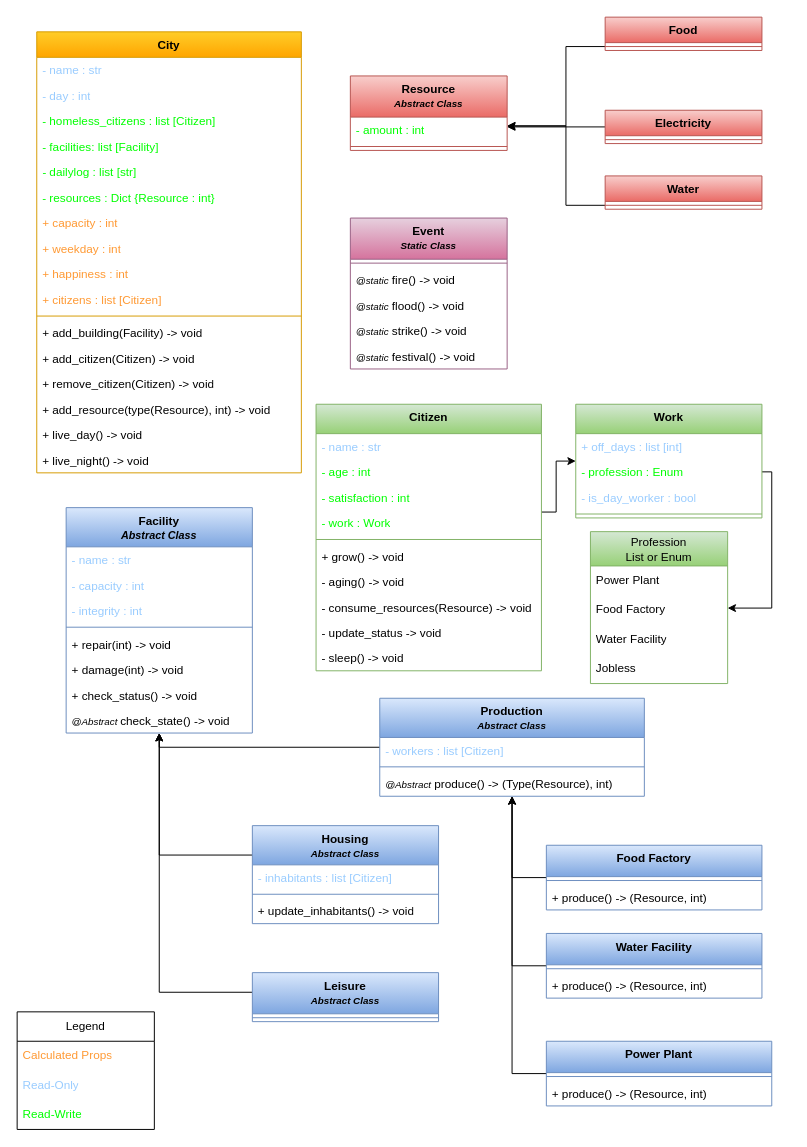
Earlier version of the draw.io diagram page "UML" (1 of 3) of documentation/CitySim_UML.drawio (elena-if3/Projet_POO_CitySim). Source tidied: cells renumbered, new cells numbered last; positions are measured from the earlier drawing's top-left corner, leaving out a move shared by most shapes. Both pictures are drawn from the tidied source at 98%, with x=0, y=0 at pixel (17, 17).
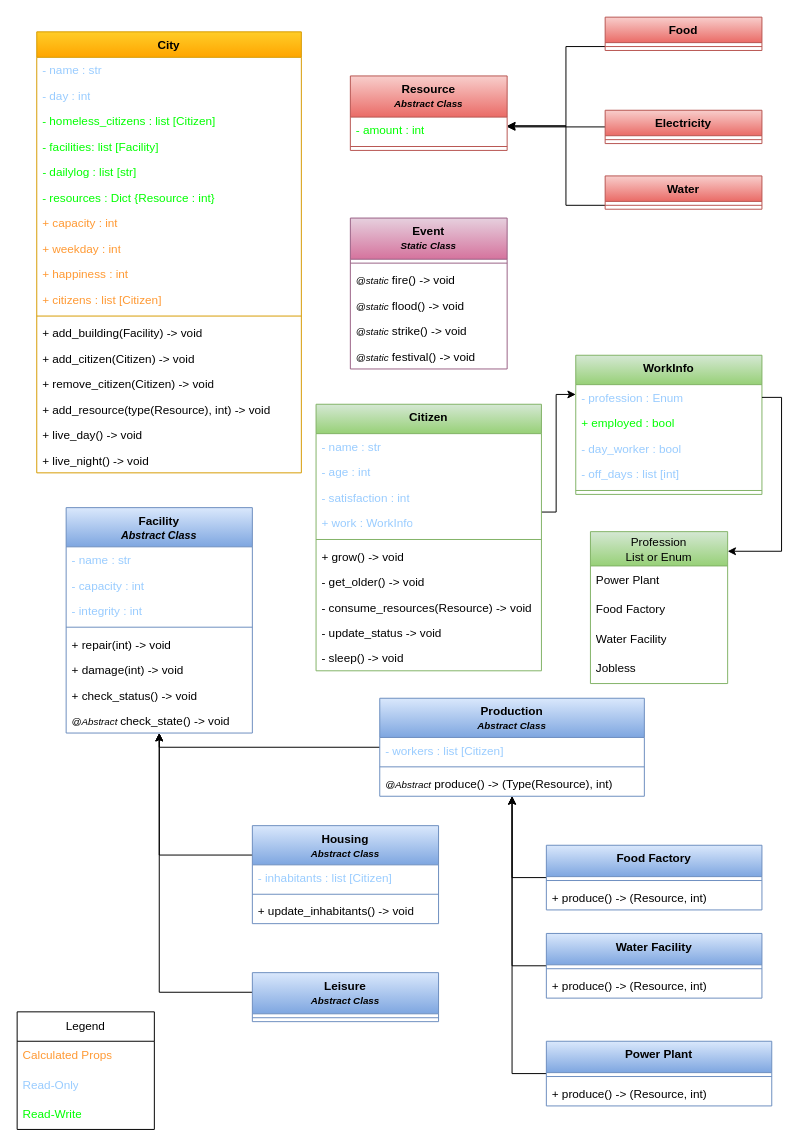
After the change.

The change refers to these unchanged cells:
```xml
<mxCell id="47" value="Citizen" style="swimlane;fontStyle=1;align=center;verticalAlign=top;horizontal=1;startSize=30;whiteSpace=wrap;html=1;fillColor=#d5e8d4;gradientColor=#97d077;strokeColor=#82b366;" parent="1" vertex="1">
  <mxGeometry x="305" y="395" width="230" height="272" as="geometry" />
</mxCell>
<mxCell id="82" value="&lt;div&gt;Profession&lt;/div&gt;&lt;div&gt;List or Enum&lt;/div&gt;" style="swimlane;fontStyle=0;horizontal=1;startSize=35;whiteSpace=wrap;html=1;fillColor=#d5e8d4;gradientColor=#97d077;strokeColor=#82b366;" parent="1" vertex="1">
  <mxGeometry x="585" y="525" width="140" height="155" as="geometry" />
</mxCell>
```

The edit, as a diff of the source:
```diff
@@
     <mxCell id="46" style="edgeStyle=orthogonalEdgeStyle;rounded=0;jettySize=auto;html=1;" parent="1" edge="1" source="47" target="94">
       <mxGeometry relative="1" as="geometry">
         <Array as="points">
           <mxPoint x="550" y="505" />
-          <mxPoint x="550" y="453" />
+          <mxPoint x="550" y="385" />
         </Array>
       </mxGeometry>
     </mxCell>
@@
-    <mxCell id="48" value="&lt;span style=&quot;&quot;&gt;- name : str&lt;/span&gt;" style="text;strokeColor=none;fillColor=none;align=left;verticalAlign=top;spacingLeft=4;spacingRight=4;overflow=hidden;whiteSpace=wrap;html=1;fontColor=light-dark(#99CCFF,#99CCFF);" parent="47" vertex="1">
+    <mxCell id="48" value="&lt;span style=&quot;&quot;&gt;- name : str&lt;/span&gt;" style="text;strokeColor=none;fillColor=none;align=left;verticalAlign=top;spacingLeft=4;spacingRight=4;overflow=hidden;whiteSpace=wrap;html=1;fontColor=light-dark(#99CCFF,#99CCFF);textShadow=0;" parent="47" vertex="1">
       <mxGeometry y="30" width="230" height="26" as="geometry" />
     </mxCell>
-    <mxCell id="49" value="- age : int" style="text;strokeColor=none;fillColor=none;align=left;verticalAlign=top;spacingLeft=4;spacingRight=4;overflow=hidden;whiteSpace=wrap;html=1;fontColor=light-dark(#00FF00,#00FF00);" parent="47" vertex="1">
+    <mxCell id="49" value="- age : int" style="text;strokeColor=none;fillColor=none;align=left;verticalAlign=top;spacingLeft=4;spacingRight=4;overflow=hidden;whiteSpace=wrap;html=1;fontColor=light-dark(#99CCFF,#99CCFF);" parent="47" vertex="1">
       <mxGeometry y="56" width="230" height="26" as="geometry" />
     </mxCell>
-    <mxCell id="50" value="- satisfaction : int" style="text;strokeColor=none;fillColor=none;align=left;verticalAlign=top;spacingLeft=4;spacingRight=4;overflow=hidden;whiteSpace=wrap;html=1;fontColor=light-dark(#00FF00,#00FF00);" parent="47" vertex="1">
+    <mxCell id="50" value="- satisfaction : int" style="text;strokeColor=none;fillColor=none;align=left;verticalAlign=top;spacingLeft=4;spacingRight=4;overflow=hidden;whiteSpace=wrap;html=1;fontColor=light-dark(#99CCFF,#99CCFF);" parent="47" vertex="1">
       <mxGeometry y="82" width="230" height="26" as="geometry" />
     </mxCell>
-    <mxCell id="51" value="- work : Work" style="text;strokeColor=none;fillColor=none;align=left;verticalAlign=top;spacingLeft=4;spacingRight=4;overflow=hidden;whiteSpace=wrap;html=1;fontColor=light-dark(#00FF00,#00FF00);" parent="47" vertex="1">
+    <mxCell id="51" value="+ work : WorkInfo" style="text;strokeColor=none;fillColor=none;align=left;verticalAlign=top;spacingLeft=4;spacingRight=4;overflow=hidden;whiteSpace=wrap;html=1;fontColor=light-dark(#99CCFF,#99CCFF);" parent="47" vertex="1">
       <mxGeometry y="108" width="230" height="26" as="geometry" />
     </mxCell>
@@
-    <mxCell id="54" value="- aging() -&amp;gt; void" style="text;strokeColor=none;fillColor=none;align=left;verticalAlign=top;spacingLeft=4;spacingRight=4;overflow=hidden;whiteSpace=wrap;html=1;" parent="47" vertex="1">
+    <mxCell id="54" value="- get_older() -&amp;gt; void" style="text;strokeColor=none;fillColor=none;align=left;verticalAlign=top;spacingLeft=4;spacingRight=4;overflow=hidden;whiteSpace=wrap;html=1;" parent="47" vertex="1">
       <mxGeometry y="168" width="230" height="26" as="geometry" />
     </mxCell>
@@
-    <mxCell id="87" style="edgeStyle=orthogonalEdgeStyle;rounded=0;jettySize=auto;html=1;" parent="1" edge="1" source="96" target="82">
-      <mxGeometry relative="1" as="geometry">
-        <Array as="points">
-          <mxPoint x="770" y="464" />
-          <mxPoint x="770" y="603" />
-        </Array>
-      </mxGeometry>
-    </mxCell>
@@
-    <mxCell id="94" value="Work" style="swimlane;fontStyle=1;align=center;verticalAlign=top;horizontal=1;startSize=30;whiteSpace=wrap;html=1;fillColor=#d5e8d4;gradientColor=#97d077;strokeColor=#82b366;" parent="1" vertex="1">
-      <mxGeometry x="570" y="395" width="190" height="116" as="geometry" />
+    <mxCell id="94" value="WorkInfo" style="swimlane;fontStyle=1;align=center;verticalAlign=top;horizontal=1;startSize=30;whiteSpace=wrap;html=1;fillColor=#d5e8d4;gradientColor=#97d077;strokeColor=#82b366;" parent="1" vertex="1">
+      <mxGeometry x="570" y="345" width="190" height="142" as="geometry" />
     </mxCell>
+    <mxCell id="96" value="- profession : Enum" style="text;strokeColor=none;fillColor=none;align=left;verticalAlign=top;spacingLeft=4;spacingRight=4;overflow=hidden;points=[[0,0.5],[1,0.5]];portConstraint=eastwest;whiteSpace=wrap;html=1;fontColor=light-dark(#99CCFF,#99CCFF);" parent="94" vertex="1">
+      <mxGeometry y="30" width="190" height="26" as="geometry" />
+    </mxCell>
+    <mxCell id="99" value="+ employed : bool" style="text;strokeColor=none;fillColor=none;align=left;verticalAlign=top;spacingLeft=4;spacingRight=4;overflow=hidden;whiteSpace=wrap;html=1;fontColor=light-dark(#00FF00,#00FF00);" parent="94" vertex="1">
+      <mxGeometry y="56" width="190" height="26" as="geometry" />
+    </mxCell>
+    <mxCell id="97" value="- day_worker : bool" style="text;strokeColor=none;fillColor=none;align=left;verticalAlign=top;spacingLeft=4;spacingRight=4;overflow=hidden;whiteSpace=wrap;html=1;fontColor=light-dark(#99CCFF,#99CCFF);" parent="94" vertex="1">
+      <mxGeometry y="82" width="190" height="26" as="geometry" />
+    </mxCell>
-    <mxCell id="95" value="+ off_days : list [int]" style="text;strokeColor=none;fillColor=none;align=left;verticalAlign=top;spacingLeft=4;spacingRight=4;overflow=hidden;whiteSpace=wrap;html=1;fontColor=light-dark(#99CCFF,#99CCFF);" parent="94" vertex="1">
-      <mxGeometry y="30" width="190" height="26" as="geometry" />
+    <mxCell id="95" value="- off_days : list [int]" style="text;strokeColor=none;fillColor=none;align=left;verticalAlign=top;spacingLeft=4;spacingRight=4;overflow=hidden;whiteSpace=wrap;html=1;fontColor=light-dark(#99CCFF,#99CCFF);" parent="94" vertex="1">
+      <mxGeometry y="108" width="190" height="26" as="geometry" />
     </mxCell>
-    <mxCell id="96" value="- profession : Enum" style="text;strokeColor=none;fillColor=none;align=left;verticalAlign=top;spacingLeft=4;spacingRight=4;overflow=hidden;points=[[0,0.5],[1,0.5]];portConstraint=eastwest;whiteSpace=wrap;html=1;fontColor=light-dark(#00FF00,#00FF00);" parent="94" vertex="1">
-      <mxGeometry y="56" width="190" height="26" as="geometry" />
-    </mxCell>
-    <mxCell id="97" value="- is_day_worker : bool" style="text;strokeColor=none;fillColor=none;align=left;verticalAlign=top;spacingLeft=4;spacingRight=4;overflow=hidden;whiteSpace=wrap;html=1;fontColor=light-dark(#99CCFF,#99CCFF);" parent="94" vertex="1">
-      <mxGeometry y="82" width="190" height="26" as="geometry" />
-    </mxCell>
     <mxCell id="98" style="line;strokeWidth=1;fillColor=none;align=left;verticalAlign=middle;spacingTop=-1;spacingLeft=3;spacingRight=3;labelPosition=right;strokeColor=inherit;" parent="94" vertex="1">
-      <mxGeometry y="108" width="190" height="8" as="geometry" />
+      <mxGeometry y="134" width="190" height="8" as="geometry" />
     </mxCell>
+    <mxCell id="87" style="edgeStyle=orthogonalEdgeStyle;rounded=0;jettySize=auto;html=1;" parent="1" edge="1" source="96" target="82">
+      <mxGeometry relative="1" as="geometry">
+        <Array as="points">
+          <mxPoint x="780" y="388" />
+          <mxPoint x="780" y="545" />
+        </Array>
+      </mxGeometry>
+    </mxCell>
```
